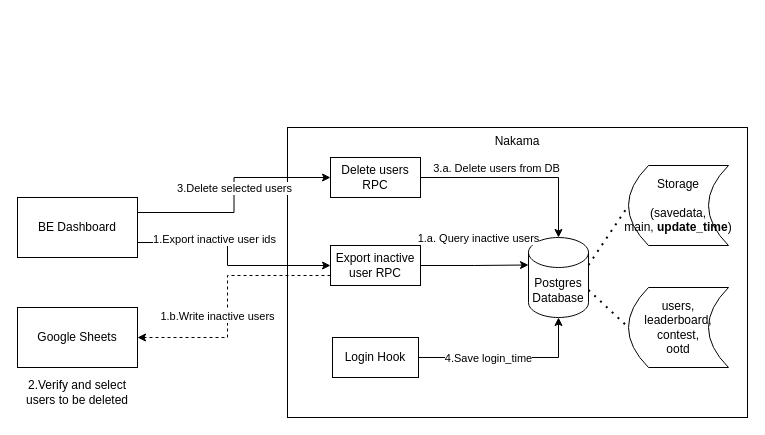
This is page "Delete manually" (2 of 4) of Delete long term inactive users.drawio from yaohuiwu/SimpleFS, a draw.io file, before an edit. Source tidied: cells renumbered, new cells numbered last; positions are measured from the earlier drawing's top-left corner, leaving out a move shared by most shapes. Both pictures are drawn from the tidied source at 100%, with x=0, y=0 at pixel (17, 127).
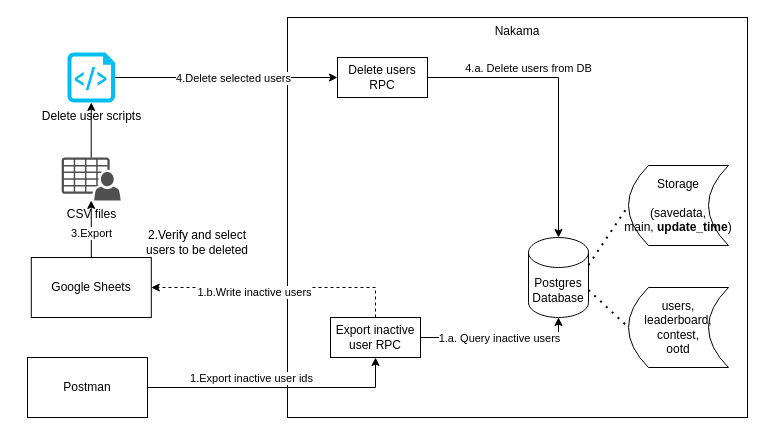
Above is the later version.

Unchanged cells that the change refers to:
```xml
<mxCell id="3" value="Postgres Database" style="shape=cylinder3;whiteSpace=wrap;html=1;boundedLbl=1;backgroundOutline=1;size=15;" parent="1" vertex="1">
  <mxGeometry x="511" y="110" width="60" height="80" as="geometry" />
</mxCell>
<mxCell id="17" style="edgeStyle=orthogonalEdgeStyle;rounded=0;jettySize=auto;html=1;exitX=1;exitY=0.5;exitDx=0;exitDy=0;entryX=0.5;entryY=0;entryDx=0;entryDy=0;entryPerimeter=0;" parent="1" edge="1" source="16" target="3">
  <mxGeometry relative="1" as="geometry" />
</mxCell>
```

Change to the diagram source:
```diff
@@
     <mxCell id="2" value="Nakama" style="rounded=0;whiteSpace=wrap;html=1;verticalAlign=top;" parent="1" vertex="1">
-      <mxGeometry x="270" width="460" height="290" as="geometry" />
+      <mxGeometry x="270" y="-110" width="460" height="400" as="geometry" />
     </mxCell>
@@
-    <mxCell id="8" style="edgeStyle=orthogonalEdgeStyle;rounded=0;jettySize=auto;html=1;exitX=0;exitY=0.75;exitDx=0;exitDy=0;entryX=1;entryY=0.5;entryDx=0;entryDy=0;dashed=1;" parent="1" edge="1" source="10" target="24">
+    <mxCell id="8" style="edgeStyle=orthogonalEdgeStyle;rounded=0;jettySize=auto;html=1;exitX=0.5;exitY=0;exitDx=0;exitDy=0;entryX=1;entryY=0.5;entryDx=0;entryDy=0;dashed=1;" parent="1" edge="1" source="10" target="24">
       <mxGeometry relative="1" as="geometry">
         <Array as="points">
-          <mxPoint x="210" y="148" />
-          <mxPoint x="210" y="210" />
+          <mxPoint x="358" y="160" />
         </Array>
       </mxGeometry>
     </mxCell>
@@
     <mxCell id="10" value="Export inactive user RPC" style="rounded=0;whiteSpace=wrap;html=1;" parent="1" vertex="1">
-      <mxGeometry x="313" y="118" width="90" height="40" as="geometry" />
+      <mxGeometry x="313" y="190" width="90" height="40" as="geometry" />
     </mxCell>
-    <mxCell id="11" style="rounded=0;jettySize=auto;html=1;entryX=0;entryY=0;entryDx=0;entryDy=27.5;entryPerimeter=0;exitX=1;exitY=0.5;exitDx=0;exitDy=0;edgeStyle=orthogonalEdgeStyle;" parent="1" edge="1" source="10" target="3">
-      <mxGeometry relative="1" as="geometry" />
+    <mxCell id="11" style="rounded=0;jettySize=auto;html=1;entryX=0.5;entryY=1;entryDx=0;entryDy=0;entryPerimeter=0;exitX=1;exitY=0.5;exitDx=0;exitDy=0;edgeStyle=orthogonalEdgeStyle;" parent="1" edge="1" source="10" target="3">
+      <mxGeometry relative="1" as="geometry">
+        <Array as="points">
+          <mxPoint x="541" y="210" />
+        </Array>
+      </mxGeometry>
     </mxCell>
     <mxCell id="12" value="1.a. Query inactive users" style="edgeLabel;html=1;align=center;verticalAlign=middle;" parent="11" vertex="1">
       <mxGeometry x="0.06" y="-4" relative="1" as="geometry">
-        <mxPoint y="-31" as="offset" />
+        <mxPoint x="-6" y="-4" as="offset" />
       </mxGeometry>
     </mxCell>
-    <mxCell id="13" value="Login Hook" style="rounded=0;whiteSpace=wrap;html=1;" parent="1" vertex="1">
-      <mxGeometry x="315" y="210" width="86" height="40" as="geometry" />
-    </mxCell>
-    <mxCell id="14" style="edgeStyle=orthogonalEdgeStyle;rounded=0;jettySize=auto;html=1;exitX=1;exitY=0.5;exitDx=0;exitDy=0;entryX=0.5;entryY=1;entryDx=0;entryDy=0;entryPerimeter=0;" parent="1" edge="1" source="13" target="3">
-      <mxGeometry relative="1" as="geometry" />
-    </mxCell>
-    <mxCell id="15" value="4.Save login_time" style="edgeLabel;html=1;align=center;verticalAlign=middle;" parent="14" vertex="1">
-      <mxGeometry x="-0.03" relative="1" as="geometry">
-        <mxPoint x="-18" as="offset" />
-      </mxGeometry>
-    </mxCell>
     <mxCell id="16" value="Delete users RPC" style="rounded=0;whiteSpace=wrap;html=1;" parent="1" vertex="1">
-      <mxGeometry x="313" y="30" width="90" height="40" as="geometry" />
+      <mxGeometry x="320" y="-70" width="90" height="40" as="geometry" />
     </mxCell>
@@
-    <mxCell id="18" value="3.a. Delete users from DB" style="edgeLabel;html=1;align=center;verticalAlign=middle;" parent="17" vertex="1">
+    <mxCell id="18" value="4.a. Delete users from DB" style="edgeLabel;html=1;align=center;verticalAlign=middle;" parent="17" vertex="1">
       <mxGeometry x="-0.47" relative="1" as="geometry">
         <mxPoint x="23" y="-10" as="offset" />
       </mxGeometry>
     </mxCell>
-    <mxCell id="19" style="edgeStyle=orthogonalEdgeStyle;rounded=0;jettySize=auto;html=1;exitX=1;exitY=0.75;exitDx=0;exitDy=0;entryX=0;entryY=0.5;entryDx=0;entryDy=0;" parent="1" edge="1" source="23" target="10">
+    <mxCell id="19" style="edgeStyle=orthogonalEdgeStyle;rounded=0;jettySize=auto;html=1;exitX=1;exitY=0.5;exitDx=0;exitDy=0;entryX=0.5;entryY=1;entryDx=0;entryDy=0;" parent="1" edge="1" source="23" target="10">
       <mxGeometry relative="1" as="geometry">
         <Array as="points">
-          <mxPoint x="160" y="115" />
-          <mxPoint x="160" y="110" />
-          <mxPoint x="210" y="110" />
-          <mxPoint x="210" y="138" />
+          <mxPoint x="130" y="260" />
+          <mxPoint x="358" y="260" />
         </Array>
       </mxGeometry>
     </mxCell>
     <mxCell id="20" value="1.Export inactive user ids" style="edgeLabel;html=1;align=center;verticalAlign=middle;" parent="19" vertex="1">
-      <mxGeometry x="-0.28" y="-1" relative="1" as="geometry" />
+      <mxGeometry x="-0.28" y="-1" relative="1" as="geometry">
+        <mxPoint x="10" y="-11" as="offset" />
+      </mxGeometry>
     </mxCell>
-    <mxCell id="21" style="edgeStyle=orthogonalEdgeStyle;rounded=0;jettySize=auto;html=1;exitX=1;exitY=0.25;exitDx=0;exitDy=0;entryX=0;entryY=0.5;entryDx=0;entryDy=0;" parent="1" edge="1" source="23" target="16">
+    <mxCell id="21" style="edgeStyle=orthogonalEdgeStyle;rounded=0;jettySize=auto;html=1;exitX=1;exitY=0.5;exitDx=0;exitDy=0;entryX=0;entryY=0.5;entryDx=0;entryDy=0;exitPerimeter=0;" parent="1" edge="1" source="28" target="16">
       <mxGeometry relative="1" as="geometry" />
     </mxCell>
-    <mxCell id="22" value="3.Delete selected users" style="edgeLabel;html=1;align=center;verticalAlign=middle;" parent="21" vertex="1">
+    <mxCell id="22" value="4.Delete selected users" style="edgeLabel;html=1;align=center;verticalAlign=middle;" parent="21" vertex="1">
       <mxGeometry x="0.06" relative="1" as="geometry" />
     </mxCell>
-    <mxCell id="23" value="BE Dashboard" style="rounded=0;whiteSpace=wrap;html=1;" parent="1" vertex="1">
-      <mxGeometry y="70" width="120" height="60" as="geometry" />
+    <mxCell id="23" value="Postman" style="rounded=0;whiteSpace=wrap;html=1;" parent="1" vertex="1">
+      <mxGeometry x="10" y="230" width="120" height="60" as="geometry" />
     </mxCell>
+    <mxCell id="26" style="edgeStyle=orthogonalEdgeStyle;rounded=0;jettySize=auto;html=1;exitX=0.5;exitY=0;exitDx=0;exitDy=0;" parent="1" edge="1" source="24" target="29">
+      <mxGeometry relative="1" as="geometry" />
+    </mxCell>
+    <mxCell id="27" value="3.Export" style="edgeLabel;html=1;align=center;verticalAlign=middle;" parent="26" vertex="1">
+      <mxGeometry x="-0.14" relative="1" as="geometry" />
+    </mxCell>
     <mxCell id="24" value="Google Sheets" style="rounded=0;whiteSpace=wrap;html=1;" parent="1" vertex="1">
-      <mxGeometry y="180" width="120" height="60" as="geometry" />
+      <mxGeometry x="13.8" y="130" width="120" height="60" as="geometry" />
     </mxCell>
     <mxCell id="25" value="2.Verify and select users to be deleted" style="text;html=1;strokeColor=none;fillColor=none;align=center;verticalAlign=middle;whiteSpace=wrap;rounded=0;" parent="1" vertex="1">
-      <mxGeometry y="250" width="120" height="30" as="geometry" />
+      <mxGeometry x="120" y="100" width="120" height="30" as="geometry" />
     </mxCell>
+    <mxCell id="28" value="Delete user scripts" style="verticalLabelPosition=bottom;html=1;verticalAlign=top;align=center;strokeColor=none;fillColor=#00BEF2;shape=mxgraph.azure.script_file;" parent="1" vertex="1">
+      <mxGeometry x="50" y="-75" width="47.5" height="50" as="geometry" />
+    </mxCell>
+    <mxCell id="29" value="CSV files" style="sketch=0;shadow=0;dashed=0;html=1;strokeColor=none;fillColor=#505050;labelPosition=center;verticalLabelPosition=bottom;verticalAlign=top;outlineConnect=0;align=center;shape=mxgraph.office.users.csv_file;" parent="1" vertex="1">
+      <mxGeometry x="44.2" y="30" width="59" height="43" as="geometry" />
+    </mxCell>
+    <mxCell id="30" style="edgeStyle=orthogonalEdgeStyle;rounded=0;jettySize=auto;html=1;entryX=0.5;entryY=1;entryDx=0;entryDy=0;entryPerimeter=0;" parent="1" edge="1" source="29" target="28">
+      <mxGeometry relative="1" as="geometry" />
+    </mxCell>
```
